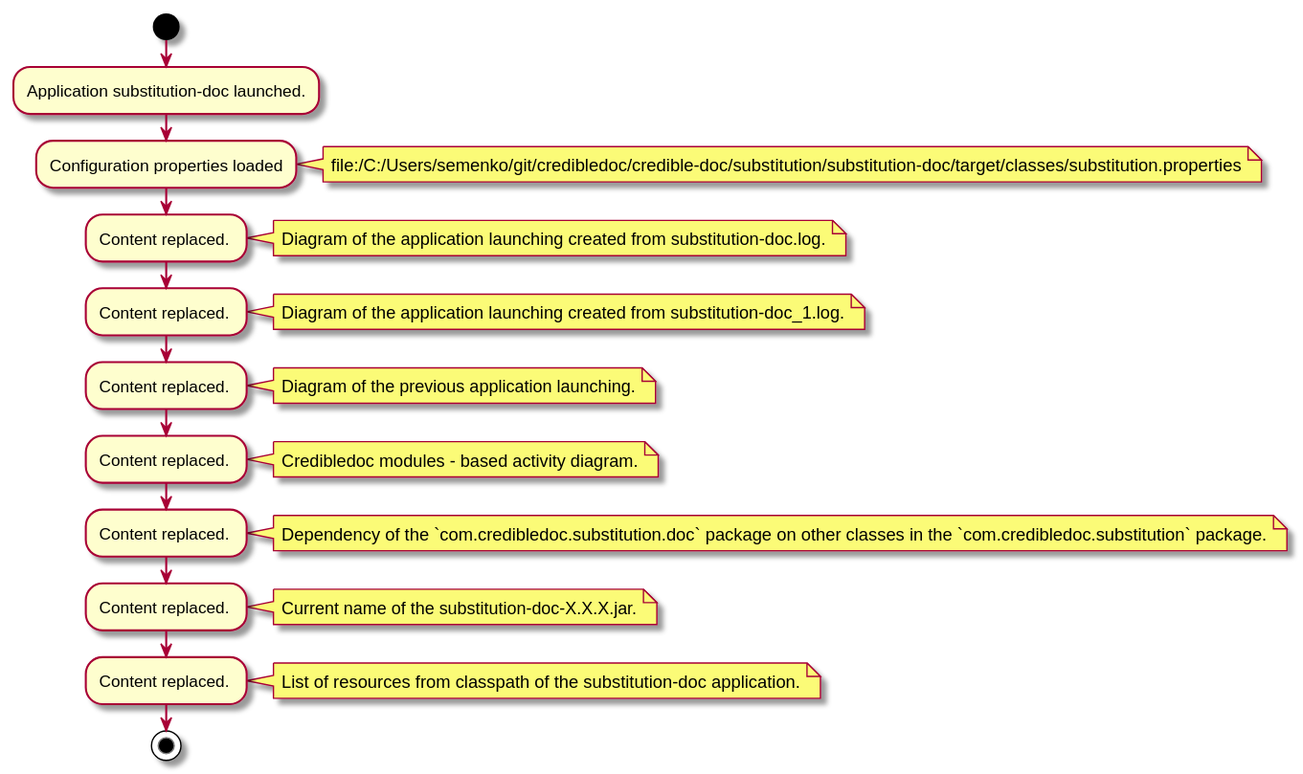
credibledoc/credible-doc keeps this PlantUML diagram as substitution/substitution-doc/doc/img/diagrams.md_2.svg. Above is the earlier version.
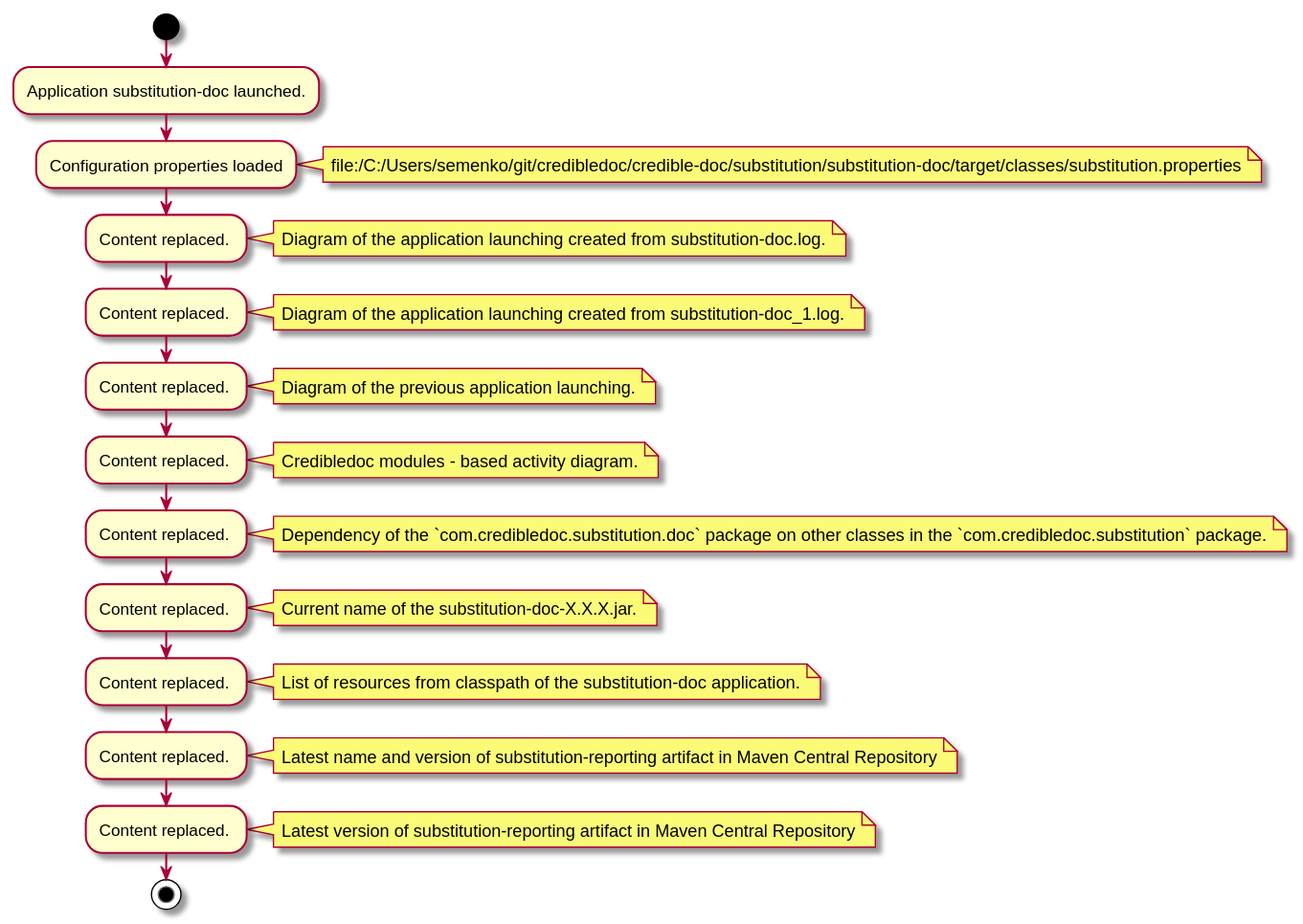
Above is the later version.

Commit message:
Substitution - substitution-reporting README.md completed

The edit, as a diff of the source:
```diff
@@ -42,6 +42,16 @@
 List of resources from classpath of the substitution-doc application.
 end note
 
+:Content replaced. ;
+note right
+Latest name and version of substitution-reporting artifact in Maven Central Repository
+end note
+
+:Content replaced. ;
+note right
+Latest version of substitution-reporting artifact in Maven Central Repository
+end note
+
 stop
 
 @enduml
```
